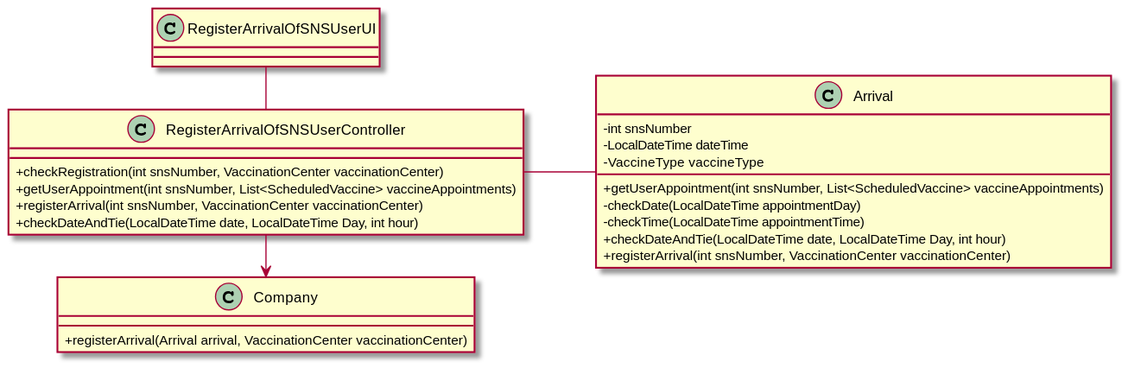
Earlier version of the PlantUML export docs/SprintC/US004/US004_CD.svg (Pirussa/lei-22-s2-1da-g02).
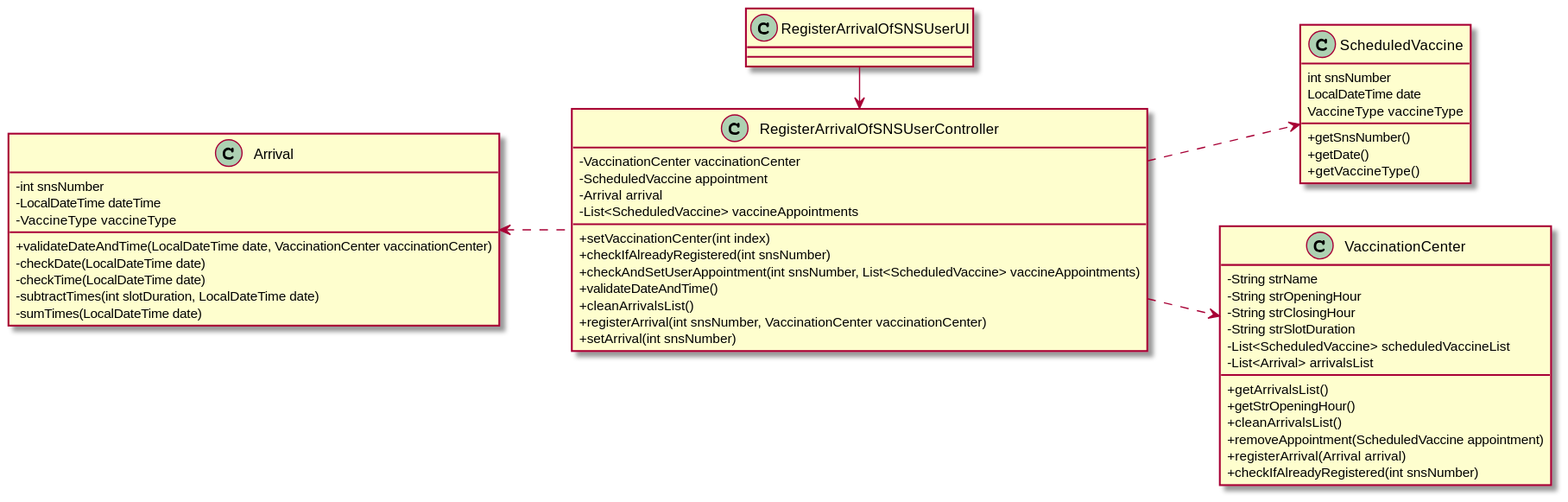
The same diagram one commit later.

What changed in the source:
```diff
@@ -2,36 +2,66 @@
 
 skinparam classAttributeIconSize 0
 
-class Company {
-+registerArrival(Arrival arrival, VaccinationCenter vaccinationCenter)
+
+class ScheduledVaccine {
+int snsNumber
+LocalDateTime date
+VaccineType vaccineType
++getSnsNumber()
++getDate()
++getVaccineType()
+}
+
+
+class VaccinationCenter {
+-String strName
+-String strOpeningHour
+-String strClosingHour
+-String strSlotDuration
+-List<ScheduledVaccine> scheduledVaccineList
+-List<Arrival> arrivalsList
++getArrivalsList()
++getStrOpeningHour()
++cleanArrivalsList()
++removeAppointment(ScheduledVaccine appointment)
++registerArrival(Arrival arrival)
++checkIfAlreadyRegistered(int snsNumber)
 }
 
 
 class RegisterArrivalOfSNSUserUI
 
 class RegisterArrivalOfSNSUserController{
-+checkRegistration(int snsNumber, VaccinationCenter vaccinationCenter)
-+getUserAppointment(int snsNumber, List<ScheduledVaccine> vaccineAppointments)
+-VaccinationCenter vaccinationCenter
+-ScheduledVaccine appointment
+-Arrival arrival
+-List<ScheduledVaccine> vaccineAppointments
++setVaccinationCenter(int index)
++checkIfAlreadyRegistered(int snsNumber)
++checkAndSetUserAppointment(int snsNumber, List<ScheduledVaccine> vaccineAppointments)
++validateDateAndTime()
++cleanArrivalsList()
 +registerArrival(int snsNumber, VaccinationCenter vaccinationCenter)
-+checkDateAndTie(LocalDateTime date, LocalDateTime Day, int hour)
++setArrival(int snsNumber)
 }
 
 class Arrival {
 -int snsNumber
 -LocalDateTime dateTime
 -VaccineType vaccineType
-+getUserAppointment(int snsNumber, List<ScheduledVaccine> vaccineAppointments)
--checkDate(LocalDateTime appointmentDay)
--checkTime(LocalDateTime appointmentTime)
-+checkDateAndTie(LocalDateTime date, LocalDateTime Day, int hour)
-+registerArrival(int snsNumber, VaccinationCenter vaccinationCenter)
++validateDateAndTime(LocalDateTime date, VaccinationCenter vaccinationCenter)
+-checkDate(LocalDateTime date)
+-checkTime(LocalDateTime date)
+-subtractTimes(int slotDuration, LocalDateTime date)
+-sumTimes(LocalDateTime date)
 }
 
 
 left to right direction
 
-RegisterArrivalOfSNSUserController -> Company
-RegisterArrivalOfSNSUserController -- Arrival
-RegisterArrivalOfSNSUserUI - RegisterArrivalOfSNSUserController
+RegisterArrivalOfSNSUserController .up-> Arrival
+RegisterArrivalOfSNSUserController ..> VaccinationCenter
+RegisterArrivalOfSNSUserController ..> ScheduledVaccine
+RegisterArrivalOfSNSUserUI -> RegisterArrivalOfSNSUserController
 
 @enduml
```
